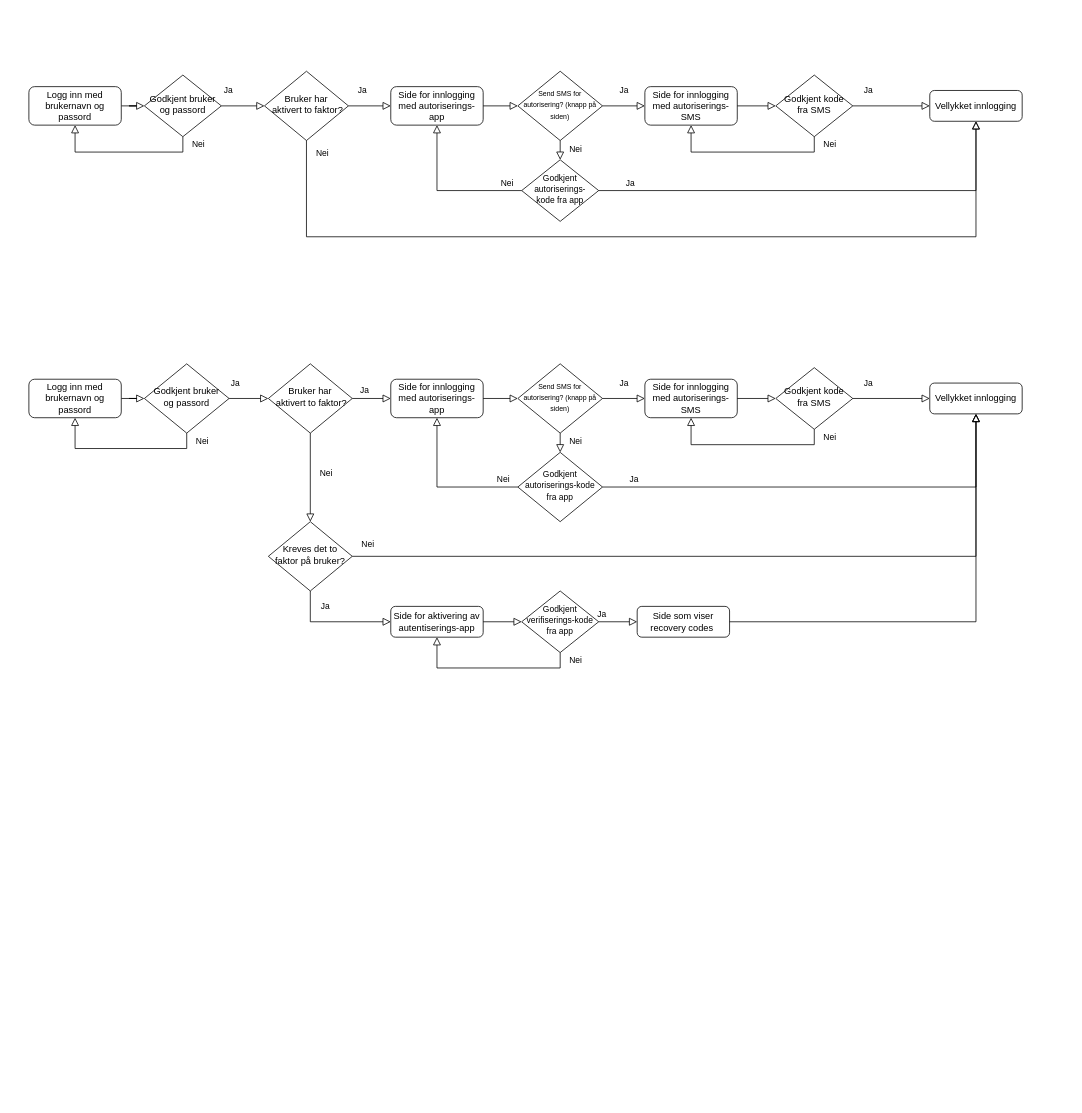
Above: Untitled Diagram.drawio in Andreaskaa/sso_dummy (draw.io), before the change. Source tidied: cells renumbered, new cells numbered last; positions are measured from the earlier drawing's top-left corner, leaving out a move shared by most shapes. Both pictures are drawn from the tidied source at 77%, with x=0, y=0 at pixel (28, 71).
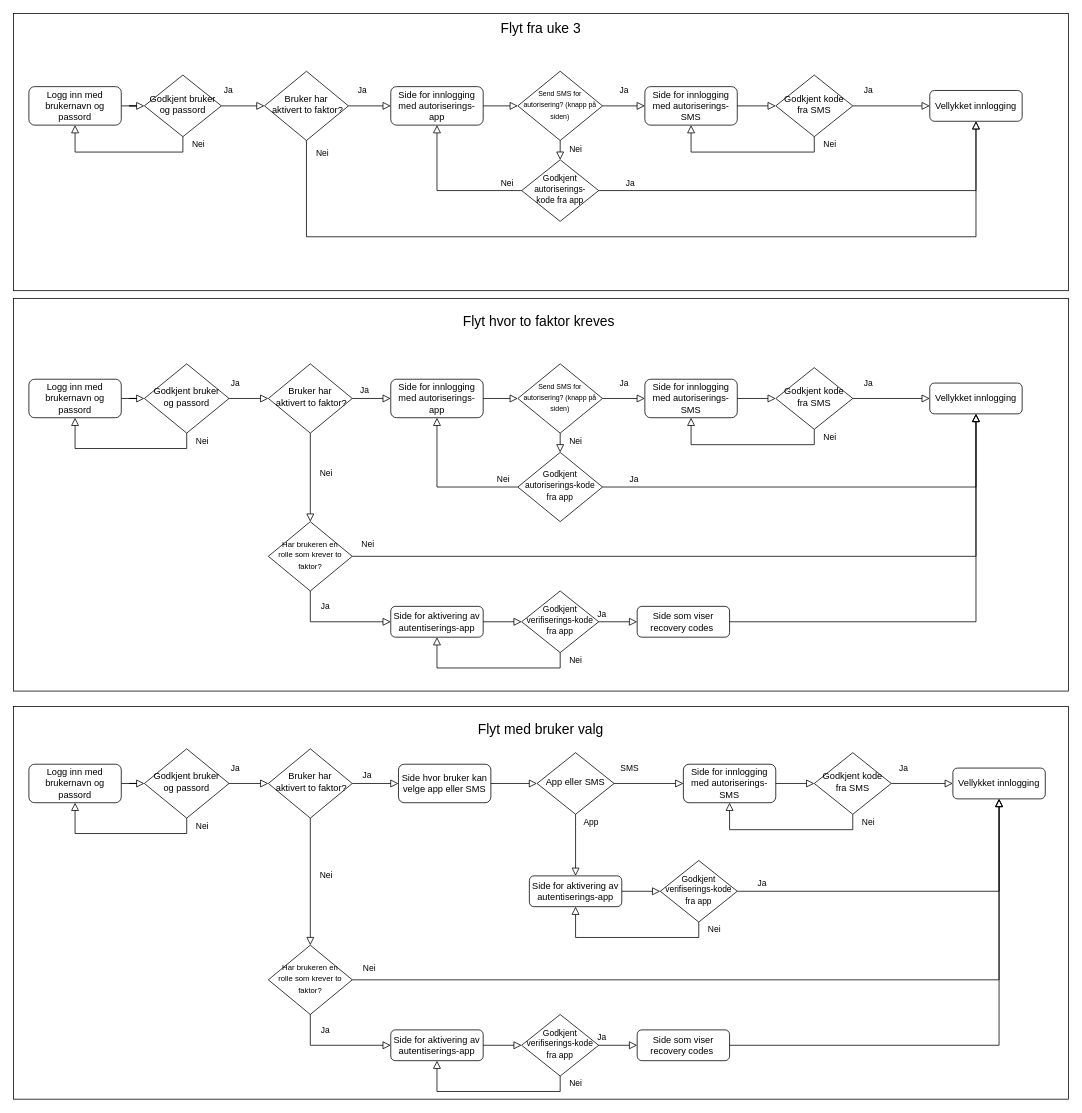
Above is the later version.

Commit message:
Flyt med valg av SMS eller app

Change to the diagram source:
```diff
@@
+    <mxCell id="56" style="rounded=0;whiteSpace=wrap;html=1;" parent="1" vertex="1">
+      <mxGeometry x="-20" y="825" width="1370" height="510" as="geometry" />
+    </mxCell>
+    <mxCell id="57" value="&lt;span style=&quot;font-size: 18px&quot;&gt;Flyt med bruker valg&lt;/span&gt;" style="text;html=1;strokeColor=none;fillColor=none;align=center;verticalAlign=middle;whiteSpace=wrap;rounded=0;" parent="1" vertex="1">
+      <mxGeometry x="525" y="845" width="280" height="20" as="geometry" />
+    </mxCell>
+    <mxCell id="58" style="rounded=0;whiteSpace=wrap;html=1;" parent="1" vertex="1">
+      <mxGeometry x="-20" y="295" width="1370" height="510" as="geometry" />
+    </mxCell>
+    <mxCell id="59" style="rounded=0;whiteSpace=wrap;html=1;" parent="1" vertex="1">
+      <mxGeometry x="-20" y="-75" width="1370" height="360" as="geometry" />
+    </mxCell>
@@
-    <mxCell id="45" value="Kreves det to faktor på bruker?" style="rhombus;whiteSpace=wrap;html=1;shadow=0;fontFamily=Helvetica;fontSize=12;align=center;strokeWidth=1;spacing=6;spacingTop=-4;" parent="1" vertex="1">
+    <mxCell id="45" value="&lt;font style=&quot;font-size: 10px&quot;&gt;Har brukeren en&lt;br&gt;rolle som krever to faktor?&lt;/font&gt;" style="rhombus;whiteSpace=wrap;html=1;shadow=0;fontFamily=Helvetica;fontSize=12;align=center;strokeWidth=1;spacing=6;spacingTop=-4;" parent="1" vertex="1">
       <mxGeometry x="311" y="585" width="109" height="90" as="geometry" />
     </mxCell>
@@
+    <mxCell id="60" value="&lt;font style=&quot;font-size: 18px&quot;&gt;Flyt fra uke 3&lt;/font&gt;" style="text;html=1;strokeColor=none;fillColor=none;align=center;verticalAlign=middle;whiteSpace=wrap;rounded=0;" parent="1" vertex="1">
+      <mxGeometry x="525" y="-65" width="280" height="20" as="geometry" />
+    </mxCell>
+    <mxCell id="61" value="&lt;span style=&quot;font-size: 18px&quot;&gt;Flyt hvor to faktor kreves&amp;nbsp;&lt;/span&gt;" style="text;html=1;strokeColor=none;fillColor=none;align=center;verticalAlign=middle;whiteSpace=wrap;rounded=0;" parent="1" vertex="1">
+      <mxGeometry x="525" y="315" width="280" height="20" as="geometry" />
+    </mxCell>
+    <mxCell id="62" style="rounded=0;html=1;jettySize=auto;fontSize=11;endArrow=block;endFill=0;endSize=8;strokeWidth=1;shadow=0;labelBackgroundColor=none;edgeStyle=orthogonalEdgeStyle;" parent="1" edge="1" source="63" target="66">
+      <mxGeometry relative="1" as="geometry" />
+    </mxCell>
+    <mxCell id="63" value="Logg inn med brukernavn og passord" style="rounded=1;whiteSpace=wrap;html=1;fontSize=12;glass=0;strokeWidth=1;shadow=0;" parent="1" vertex="1">
+      <mxGeometry y="900" width="120" height="50" as="geometry" />
+    </mxCell>
+    <mxCell id="64" value="Ja" style="rounded=0;html=1;jettySize=auto;fontSize=11;endArrow=block;endFill=0;endSize=8;strokeWidth=1;shadow=0;labelBackgroundColor=none;edgeStyle=orthogonalEdgeStyle;entryX=0;entryY=0.5;entryDx=0;entryDy=0;exitX=1;exitY=0.5;exitDx=0;exitDy=0;" parent="1" edge="1" source="66" target="67">
+      <mxGeometry x="-0.68" y="20" relative="1" as="geometry" />
+    </mxCell>
+    <mxCell id="65" value="Nei" style="edgeStyle=orthogonalEdgeStyle;rounded=0;html=1;jettySize=auto;fontSize=11;endArrow=block;endFill=0;endSize=8;strokeWidth=1;shadow=0;labelBackgroundColor=none;entryX=0.5;entryY=1;entryDx=0;entryDy=0;exitX=0.5;exitY=1;exitDx=0;exitDy=0;" parent="1" edge="1" source="66" target="63">
+      <mxGeometry x="-0.9" y="20" relative="1" as="geometry" />
+    </mxCell>
+    <mxCell id="66" value="Godkjent bruker og passord" style="rhombus;whiteSpace=wrap;html=1;shadow=0;fontFamily=Helvetica;fontSize=12;align=center;strokeWidth=1;spacing=6;spacingTop=-4;" parent="1" vertex="1">
+      <mxGeometry x="150" y="880" width="110" height="90" as="geometry" />
+    </mxCell>
+    <mxCell id="67" value="Bruker har&lt;br&gt;&amp;nbsp;aktivert to faktor?" style="rhombus;whiteSpace=wrap;html=1;shadow=0;fontFamily=Helvetica;fontSize=12;align=center;strokeWidth=1;spacing=6;spacingTop=-4;" parent="1" vertex="1">
+      <mxGeometry x="311" y="880" width="109" height="90" as="geometry" />
+    </mxCell>
+    <mxCell id="68" value="Ja" style="rounded=0;html=1;jettySize=auto;fontSize=11;endArrow=block;endFill=0;endSize=8;strokeWidth=1;shadow=0;labelBackgroundColor=none;edgeStyle=orthogonalEdgeStyle;exitX=1;exitY=0.5;exitDx=0;exitDy=0;entryX=0;entryY=0.5;entryDx=0;entryDy=0;" parent="1" edge="1" source="67" target="81">
+      <mxGeometry x="-0.36" y="10" relative="1" as="geometry" />
+    </mxCell>
+    <mxCell id="69" value="Vellykket innlogging" style="rounded=1;whiteSpace=wrap;html=1;fontSize=12;glass=0;strokeWidth=1;shadow=0;" parent="1" vertex="1">
+      <mxGeometry x="1200" y="905" width="120" height="40" as="geometry" />
+    </mxCell>
+    <mxCell id="70" value="&lt;font style=&quot;font-size: 10px&quot;&gt;Har brukeren en&lt;br&gt;rolle som krever to faktor?&lt;/font&gt;" style="rhombus;whiteSpace=wrap;html=1;shadow=0;fontFamily=Helvetica;fontSize=12;align=center;strokeWidth=1;spacing=6;spacingTop=-4;" parent="1" vertex="1">
+      <mxGeometry x="311" y="1135" width="109" height="90" as="geometry" />
+    </mxCell>
+    <mxCell id="71" value="Nei" style="edgeStyle=orthogonalEdgeStyle;rounded=0;html=1;jettySize=auto;fontSize=11;endArrow=block;endFill=0;endSize=8;strokeWidth=1;shadow=0;labelBackgroundColor=none;exitX=0.5;exitY=1;exitDx=0;exitDy=0;entryX=0.5;entryY=0;entryDx=0;entryDy=0;" parent="1" edge="1" source="67" target="70">
+      <mxGeometry x="-0.1" y="20" relative="1" as="geometry" />
+    </mxCell>
+    <mxCell id="72" value="Side for aktivering av autentiserings-app" style="rounded=1;whiteSpace=wrap;html=1;fontSize=12;glass=0;strokeWidth=1;shadow=0;" parent="1" vertex="1">
+      <mxGeometry x="470" y="1245" width="120" height="40" as="geometry" />
+    </mxCell>
+    <mxCell id="73" value="Ja" style="rounded=0;html=1;jettySize=auto;fontSize=11;endArrow=block;endFill=0;endSize=8;strokeWidth=1;shadow=0;labelBackgroundColor=none;edgeStyle=orthogonalEdgeStyle;exitX=0.5;exitY=1;exitDx=0;exitDy=0;entryX=0;entryY=0.5;entryDx=0;entryDy=0;" parent="1" edge="1" source="70" target="72">
+      <mxGeometry x="-0.73" y="19" relative="1" as="geometry" />
+    </mxCell>
+    <mxCell id="74" value="&lt;font style=&quot;font-size: 11px&quot;&gt;Godkjent verifiserings-kode fra app&lt;/font&gt;" style="rhombus;whiteSpace=wrap;html=1;shadow=0;fontFamily=Helvetica;fontSize=12;align=center;strokeWidth=1;spacing=6;spacingTop=-4;" parent="1" vertex="1">
+      <mxGeometry x="640" y="1225" width="100" height="80" as="geometry" />
+    </mxCell>
+    <mxCell id="75" style="rounded=0;html=1;jettySize=auto;fontSize=11;endArrow=block;endFill=0;endSize=8;strokeWidth=1;shadow=0;labelBackgroundColor=none;edgeStyle=orthogonalEdgeStyle;exitX=1;exitY=0.5;exitDx=0;exitDy=0;entryX=0;entryY=0.5;entryDx=0;entryDy=0;" parent="1" edge="1" source="72" target="74">
+      <mxGeometry relative="1" as="geometry" />
+    </mxCell>
+    <mxCell id="76" value="Nei" style="edgeStyle=orthogonalEdgeStyle;rounded=0;html=1;jettySize=auto;fontSize=11;endArrow=block;endFill=0;endSize=8;strokeWidth=1;shadow=0;labelBackgroundColor=none;exitX=0.5;exitY=1;exitDx=0;exitDy=0;entryX=0.5;entryY=1;entryDx=0;entryDy=0;" parent="1" edge="1" source="74" target="72">
+      <mxGeometry x="-0.91" y="20" relative="1" as="geometry" />
+    </mxCell>
+    <mxCell id="77" value="Ja" style="rounded=0;html=1;jettySize=auto;fontSize=11;endArrow=block;endFill=0;endSize=8;strokeWidth=1;shadow=0;labelBackgroundColor=none;edgeStyle=orthogonalEdgeStyle;exitX=1;exitY=0.5;exitDx=0;exitDy=0;entryX=0;entryY=0.5;entryDx=0;entryDy=0;" parent="1" edge="1" source="74" target="78">
+      <mxGeometry x="-0.86" y="10" relative="1" as="geometry" />
+    </mxCell>
+    <mxCell id="78" value="Side som viser recovery codes&amp;nbsp;" style="rounded=1;whiteSpace=wrap;html=1;fontSize=12;glass=0;strokeWidth=1;shadow=0;" parent="1" vertex="1">
+      <mxGeometry x="790" y="1245" width="120" height="40" as="geometry" />
+    </mxCell>
+    <mxCell id="79" style="rounded=0;html=1;jettySize=auto;fontSize=11;endArrow=block;endFill=0;endSize=8;strokeWidth=1;shadow=0;labelBackgroundColor=none;edgeStyle=orthogonalEdgeStyle;exitX=1;exitY=0.5;exitDx=0;exitDy=0;entryX=0.5;entryY=1;entryDx=0;entryDy=0;" parent="1" edge="1" source="78" target="69">
+      <mxGeometry relative="1" as="geometry" />
+    </mxCell>
+    <mxCell id="80" value="Nei" style="edgeStyle=orthogonalEdgeStyle;rounded=0;html=1;jettySize=auto;fontSize=11;endArrow=block;endFill=0;endSize=8;strokeWidth=1;shadow=0;labelBackgroundColor=none;exitX=1;exitY=0.5;exitDx=0;exitDy=0;entryX=0.5;entryY=1;entryDx=0;entryDy=0;" parent="1" edge="1" source="70" target="69">
+      <mxGeometry x="-0.96" y="15" relative="1" as="geometry" />
+    </mxCell>
+    <mxCell id="81" value="Side hvor bruker kan velge app eller SMS" style="rounded=1;whiteSpace=wrap;html=1;fontSize=12;glass=0;strokeWidth=1;shadow=0;" parent="1" vertex="1">
+      <mxGeometry x="480" y="900" width="120" height="50" as="geometry" />
+    </mxCell>
+    <mxCell id="82" value="App eller SMS" style="rhombus;whiteSpace=wrap;html=1;shadow=0;fontFamily=Helvetica;fontSize=12;align=center;strokeWidth=1;spacing=6;spacingTop=-4;" parent="1" vertex="1">
+      <mxGeometry x="660" y="885" width="100" height="80" as="geometry" />
+    </mxCell>
+    <mxCell id="83" value="Side for aktivering av autentiserings-app" style="rounded=1;whiteSpace=wrap;html=1;fontSize=12;glass=0;strokeWidth=1;shadow=0;" parent="1" vertex="1">
+      <mxGeometry x="650" y="1045" width="120" height="40" as="geometry" />
+    </mxCell>
+    <mxCell id="84" value="&lt;font style=&quot;font-size: 11px&quot;&gt;Godkjent verifiserings-kode fra app&lt;/font&gt;" style="rhombus;whiteSpace=wrap;html=1;shadow=0;fontFamily=Helvetica;fontSize=12;align=center;strokeWidth=1;spacing=6;spacingTop=-4;" parent="1" vertex="1">
+      <mxGeometry x="820" y="1025" width="100" height="80" as="geometry" />
+    </mxCell>
+    <mxCell id="85" style="rounded=0;html=1;jettySize=auto;fontSize=11;endArrow=block;endFill=0;endSize=8;strokeWidth=1;shadow=0;labelBackgroundColor=none;edgeStyle=orthogonalEdgeStyle;exitX=1;exitY=0.5;exitDx=0;exitDy=0;entryX=0;entryY=0.5;entryDx=0;entryDy=0;" parent="1" edge="1" source="83" target="84">
+      <mxGeometry relative="1" as="geometry" />
+    </mxCell>
+    <mxCell id="86" value="Nei" style="edgeStyle=orthogonalEdgeStyle;rounded=0;html=1;jettySize=auto;fontSize=11;endArrow=block;endFill=0;endSize=8;strokeWidth=1;shadow=0;labelBackgroundColor=none;exitX=0.5;exitY=1;exitDx=0;exitDy=0;entryX=0.5;entryY=1;entryDx=0;entryDy=0;" parent="1" edge="1" source="84" target="83">
+      <mxGeometry x="-0.91" y="20" relative="1" as="geometry" />
+    </mxCell>
+    <mxCell id="87" value="Ja" style="rounded=0;html=1;jettySize=auto;fontSize=11;endArrow=block;endFill=0;endSize=8;strokeWidth=1;shadow=0;labelBackgroundColor=none;edgeStyle=orthogonalEdgeStyle;exitX=1;exitY=0.5;exitDx=0;exitDy=0;entryX=0.5;entryY=1;entryDx=0;entryDy=0;" parent="1" edge="1" source="84" target="69">
+      <mxGeometry x="-0.86" y="10" relative="1" as="geometry" />
+    </mxCell>
+    <mxCell id="88" value="App" style="rounded=0;html=1;jettySize=auto;fontSize=11;endArrow=block;endFill=0;endSize=8;strokeWidth=1;shadow=0;labelBackgroundColor=none;edgeStyle=orthogonalEdgeStyle;exitX=0.5;exitY=1;exitDx=0;exitDy=0;entryX=0.5;entryY=0;entryDx=0;entryDy=0;" parent="1" edge="1" source="82" target="83">
+      <mxGeometry x="-0.75" y="20" relative="1" as="geometry" />
+    </mxCell>
+    <mxCell id="89" style="rounded=0;html=1;jettySize=auto;fontSize=11;endArrow=block;endFill=0;endSize=8;strokeWidth=1;shadow=0;labelBackgroundColor=none;edgeStyle=orthogonalEdgeStyle;exitX=1;exitY=0.5;exitDx=0;exitDy=0;entryX=0;entryY=0.5;entryDx=0;entryDy=0;" parent="1" edge="1" source="81" target="82">
+      <mxGeometry relative="1" as="geometry" />
+    </mxCell>
+    <mxCell id="90" value="SMS" style="edgeStyle=orthogonalEdgeStyle;rounded=0;html=1;jettySize=auto;fontSize=11;endArrow=block;endFill=0;endSize=8;strokeWidth=1;shadow=0;labelBackgroundColor=none;exitX=1;exitY=0.5;exitDx=0;exitDy=0;entryX=0;entryY=0.5;entryDx=0;entryDy=0;" parent="1" edge="1" source="82" target="91">
+      <mxGeometry x="-0.56" y="20" relative="1" as="geometry" />
+    </mxCell>
+    <mxCell id="91" value="Side for innlogging med autoriserings-SMS" style="rounded=1;whiteSpace=wrap;html=1;fontSize=12;glass=0;strokeWidth=1;shadow=0;" parent="1" vertex="1">
+      <mxGeometry x="850" y="900" width="120" height="50" as="geometry" />
+    </mxCell>
+    <mxCell id="92" value="Nei" style="edgeStyle=orthogonalEdgeStyle;rounded=0;html=1;jettySize=auto;fontSize=11;endArrow=block;endFill=0;endSize=8;strokeWidth=1;shadow=0;labelBackgroundColor=none;exitX=0.5;exitY=1;exitDx=0;exitDy=0;entryX=0.5;entryY=1;entryDx=0;entryDy=0;" parent="1" edge="1" source="94" target="91">
+      <mxGeometry x="-0.91" y="20" relative="1" as="geometry" />
+    </mxCell>
+    <mxCell id="93" style="rounded=0;html=1;jettySize=auto;fontSize=11;endArrow=block;endFill=0;endSize=8;strokeWidth=1;shadow=0;labelBackgroundColor=none;edgeStyle=orthogonalEdgeStyle;exitX=1;exitY=0.5;exitDx=0;exitDy=0;entryX=0;entryY=0.5;entryDx=0;entryDy=0;" parent="1" edge="1" source="91" target="94">
+      <mxGeometry relative="1" as="geometry" />
+    </mxCell>
+    <mxCell id="94" value="Godkjent kode fra SMS" style="rhombus;whiteSpace=wrap;html=1;shadow=0;fontFamily=Helvetica;fontSize=12;align=center;strokeWidth=1;spacing=6;spacingTop=-4;" parent="1" vertex="1">
+      <mxGeometry x="1020" y="885" width="100" height="80" as="geometry" />
+    </mxCell>
+    <mxCell id="95" value="Ja" style="rounded=0;html=1;jettySize=auto;fontSize=11;endArrow=block;endFill=0;endSize=8;strokeWidth=1;shadow=0;labelBackgroundColor=none;edgeStyle=orthogonalEdgeStyle;exitX=1;exitY=0.5;exitDx=0;exitDy=0;entryX=0;entryY=0.5;entryDx=0;entryDy=0;" parent="1" edge="1" source="94" target="69">
+      <mxGeometry x="-0.6" y="20" relative="1" as="geometry" />
+    </mxCell>
```
